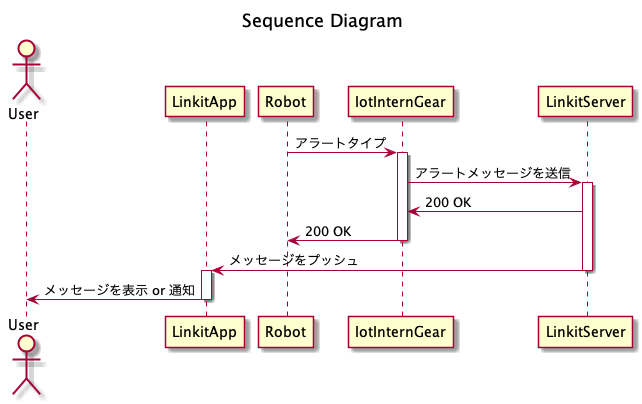
Earlier version of the PlantUML export doc/SequenceDiagram.png (access-company/IoTIntern).
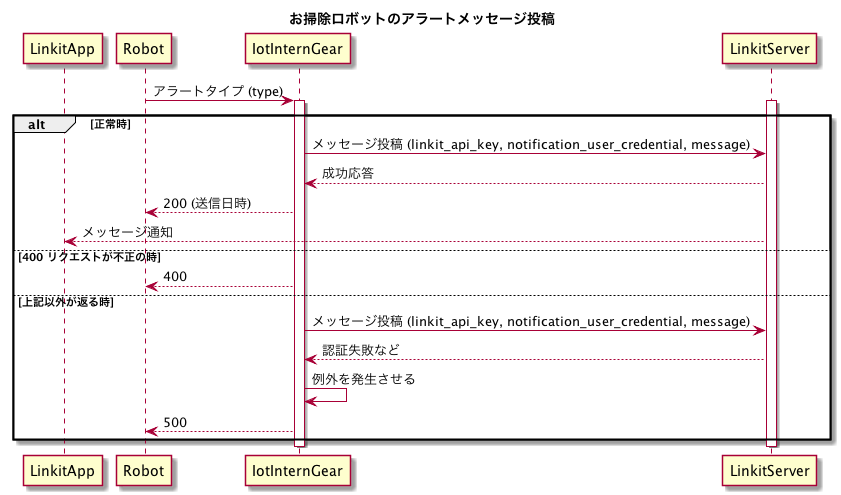
The same diagram one commit later.

The edit, as a diff of the source:
```diff
@@ -1,24 +1,27 @@
 @startuml SequenceDiagram
-title: Sequence Diagram
+title: お掃除ロボットのアラートメッセージ投稿
 
-actor User
 participant LinkitApp
 participant Robot
 participant IotInternGear
 participant LinkitServer
 
-Robot -> IotInternGear: アラートタイプ
+Robot -> IotInternGear: アラートタイプ (type)
 activate IotInternGear
-IotInternGear -> LinkitServer: アラートメッセージを送信
 activate LinkitServer
-LinkitServer -> IotInternGear: 200 OK
-IotInternGear -> Robot: 200 OK
+alt 正常時
+    IotInternGear -> LinkitServer: メッセージ投稿 (linkit_api_key, notification_user_credential, message)
+    IotInternGear <-- LinkitServer: 成功応答
+    Robot <-- IotInternGear: 200 (送信日時)
+    LinkitApp <-- LinkitServer: メッセージ通知
+else 400 リクエストが不正の時
+    Robot <-- IotInternGear: 400
+else 上記以外が返る時
+    IotInternGear -> LinkitServer: メッセージ投稿 (linkit_api_key, notification_user_credential, message)
+    IotInternGear <-- LinkitServer: 認証失敗など
+    IotInternGear -> IotInternGear: 例外を発生させる
+    Robot <-- IotInternGear: 500
+end
 deactivate IotInternGear
-
-LinkitServer -> LinkitApp: メッセージをプッシュ
 deactivate LinkitServer
-activate LinkitApp
-LinkitApp -> User: メッセージを表示 or 通知
-deactivate LinkitApp
-
 @enduml
```
